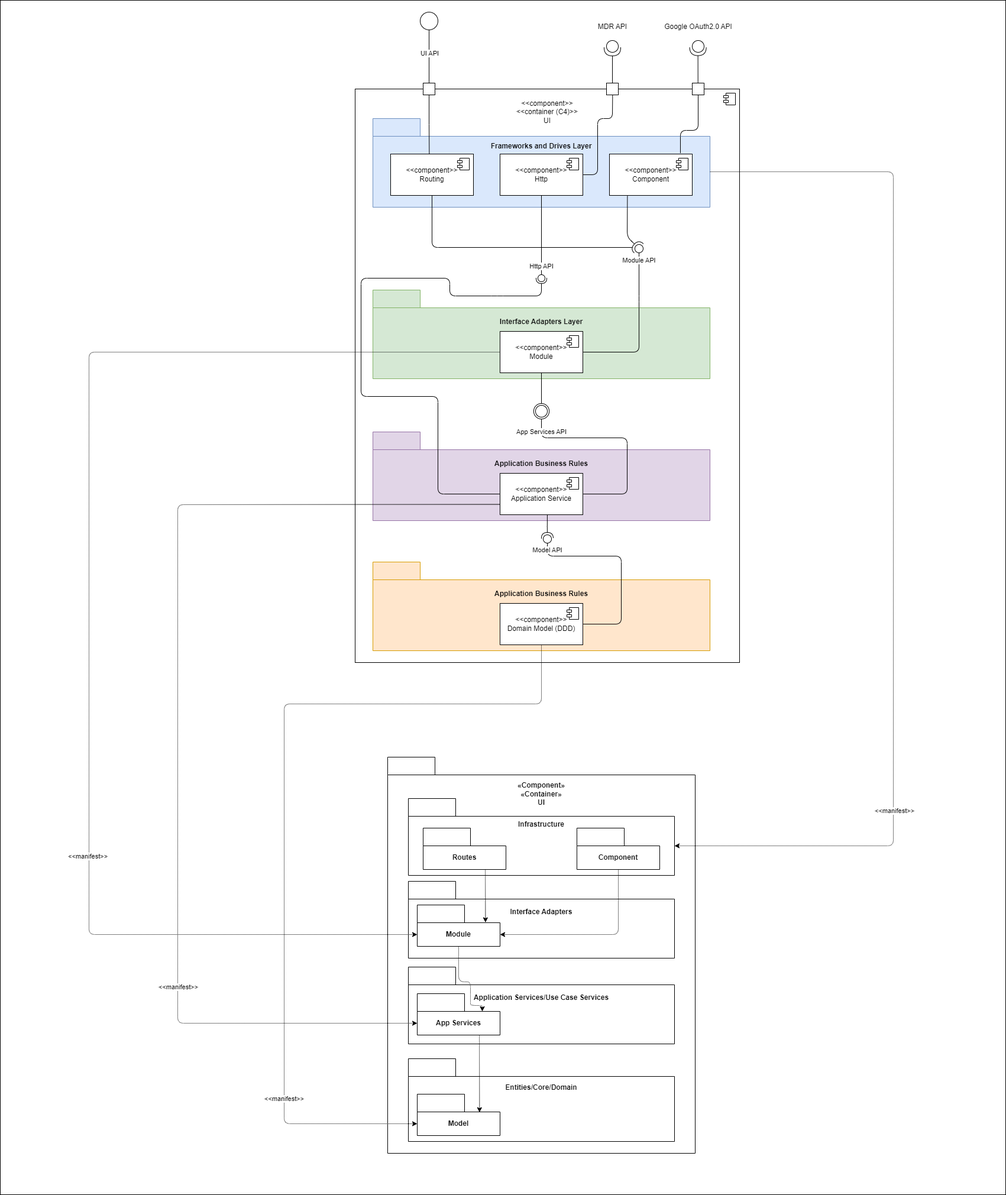
Before: docs/global-artifacts/03.design/mapping-views/level-3/png/N3-VL-VI-UI.png, a diagram exported from draw.io (vscosousa/LAPR5_3DC_G15). Source tidied: cells renumbered, new cells last; positions are measured from the earlier drawing's top-left corner, leaving out a move shared by most shapes.
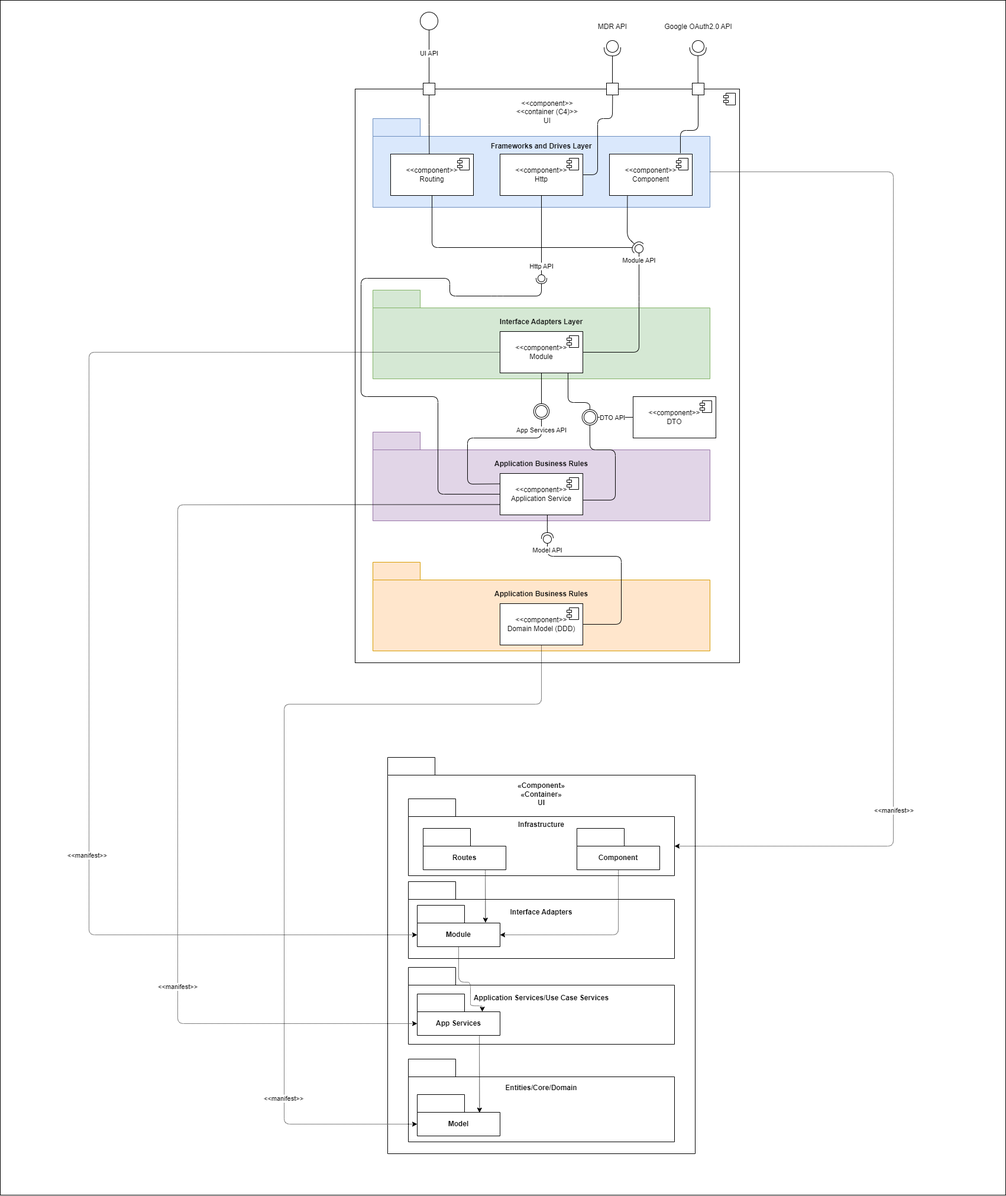
Later version of the same file.

Diff of the diagram source:
```diff
@@ -76,11 +76,11 @@
         <mxPoint x="925" y="910" as="targetPoint" />
       </mxGeometry>
     </mxCell>
-    <mxCell id="21" value="App Services API" style="edgeStyle=none;html=1;entryX=0.5;entryY=1;entryDx=0;entryDy=0;endArrow=none;endFill=0;endSize=5;exitX=1;exitY=0.5;exitDx=0;exitDy=0;" parent="6" edge="1" source="23" target="43">
+    <mxCell id="21" value="App Services API" style="edgeStyle=none;html=1;entryX=0.5;entryY=1;entryDx=0;entryDy=0;endArrow=none;endFill=0;endSize=5;exitX=0;exitY=0.25;exitDx=0;exitDy=0;" parent="6" edge="1" source="23" target="43">
       <mxGeometry x="0.87" relative="1" as="geometry">
         <Array as="points">
-          <mxPoint x="1060" y="835" />
-          <mxPoint x="1060" y="740" />
+          <mxPoint x="790" y="818" />
+          <mxPoint x="790" y="740" />
           <mxPoint x="915" y="740" />
         </Array>
       </mxGeometry>
@@ -330,5 +330,44 @@
     <mxCell id="74" value="&amp;lt;&amp;lt;manifest&amp;gt;&amp;gt;" style="edgeLabel;html=1;align=center;verticalAlign=middle;" parent="73" vertex="1">
       <mxGeometry x="0.38" y="-3" relative="1" as="geometry" />
     </mxCell>
+    <mxCell id="75" style="edgeStyle=none;html=1;entryX=0.5;entryY=0;entryDx=0;entryDy=0;endArrow=none;endFill=0;exitX=0.821;exitY=0.995;exitDx=0;exitDy=0;exitPerimeter=0;" parent="6" edge="1" source="18" target="80">
+      <mxGeometry relative="1" as="geometry">
+        <Array as="points">
+          <mxPoint x="960" y="680" />
+          <mxPoint x="997" y="680" />
+        </Array>
+      </mxGeometry>
+    </mxCell>
+    <mxCell id="76" style="edgeStyle=none;html=1;exitX=1;exitY=0.5;exitDx=0;exitDy=0;entryX=0;entryY=0.5;entryDx=0;entryDy=0;endArrow=none;endFill=0;" parent="6" edge="1" source="79" target="81">
+      <mxGeometry relative="1" as="geometry" />
+    </mxCell>
+    <mxCell id="77" style="edgeStyle=none;html=1;exitX=0.5;exitY=1;exitDx=0;exitDy=0;entryX=1.005;entryY=0.643;entryDx=0;entryDy=0;endArrow=none;endFill=0;entryPerimeter=0;" parent="6" edge="1" source="79" target="23">
+      <mxGeometry relative="1" as="geometry">
+        <Array as="points">
+          <mxPoint x="997" y="760" />
+          <mxPoint x="1040" y="760" />
+          <mxPoint x="1040" y="845" />
+        </Array>
+      </mxGeometry>
+    </mxCell>
+    <mxCell id="78" value="DTO API" style="edgeLabel;html=1;align=center;verticalAlign=middle;" parent="77" vertex="1">
+      <mxGeometry x="-0.89" relative="1" as="geometry">
+        <mxPoint x="38" y="-25" as="offset" />
+      </mxGeometry>
+    </mxCell>
+    <mxCell id="79" style="ellipse;whiteSpace=wrap;html=1;" parent="6" vertex="1">
+      <mxGeometry x="983.8" y="691.9" width="26.2" height="26.2" as="geometry" />
+    </mxCell>
+    <mxCell id="80" style="ellipse;whiteSpace=wrap;html=1;" parent="6" vertex="1">
+      <mxGeometry x="986.9" y="695" width="20" height="20" as="geometry" />
+    </mxCell>
+    <mxCell id="81" value="&amp;lt;&amp;lt;component&amp;gt;&amp;gt;&lt;div&gt;DTO&lt;/div&gt;" style="html=1;whiteSpace=wrap;" parent="6" vertex="1">
+      <mxGeometry x="1070" y="670" width="140" height="70" as="geometry" />
+    </mxCell>
+    <mxCell id="82" style="shape=module;jettyWidth=8;jettyHeight=4;" parent="81" vertex="1">
+      <mxGeometry x="1" width="20" height="20" relative="1" as="geometry">
+        <mxPoint x="-27" y="7" as="offset" />
+      </mxGeometry>
+    </mxCell>
   </root>
 </mxGraphModel>
```
